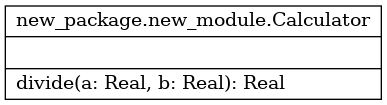
nullhack/python-project-template keeps this Graphviz diagram as {{cookiecutter.project_slug}}/docs/uml/diagrams/classes_{{cookiecutter.package_name}}.png. Above is the earlier version. Its source is kept beside it as {{cookiecutter.project_slug}}/docs/uml/artifacts/classes_{{cookiecutter.package_name}}.dot. Source of this version:
```dot
digraph "classes_new_package" {
rankdir=BT
charset="utf-8"
"new_package.new_module.Calculator" [color="black", fontcolor="black", label="{new_package.new_module.Calculator|\l|divide(a: Real, b: Real): Real\l}", shape="record", style="solid"];
}
```
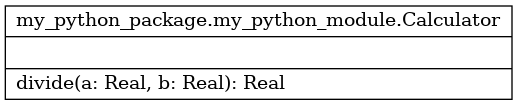
The same file after the commit.

What changed in the source:
```diff
@@ -1,5 +1,5 @@
-digraph "classes_new_package" {
+digraph "classes_my_python_package" {
 rankdir=BT
 charset="utf-8"
-"new_package.new_module.Calculator" [color="black", fontcolor="black", label="{new_package.new_module.Calculator|\l|divide(a: Real, b: Real): Real\l}", shape="record", style="solid"];
+"my_python_package.my_python_module.Calculator" [color="black", fontcolor="black", label="{my_python_package.my_python_module.Calculator|\l|divide(a: Real, b: Real): Real\l}", shape="record", style="solid"];
 }
```
